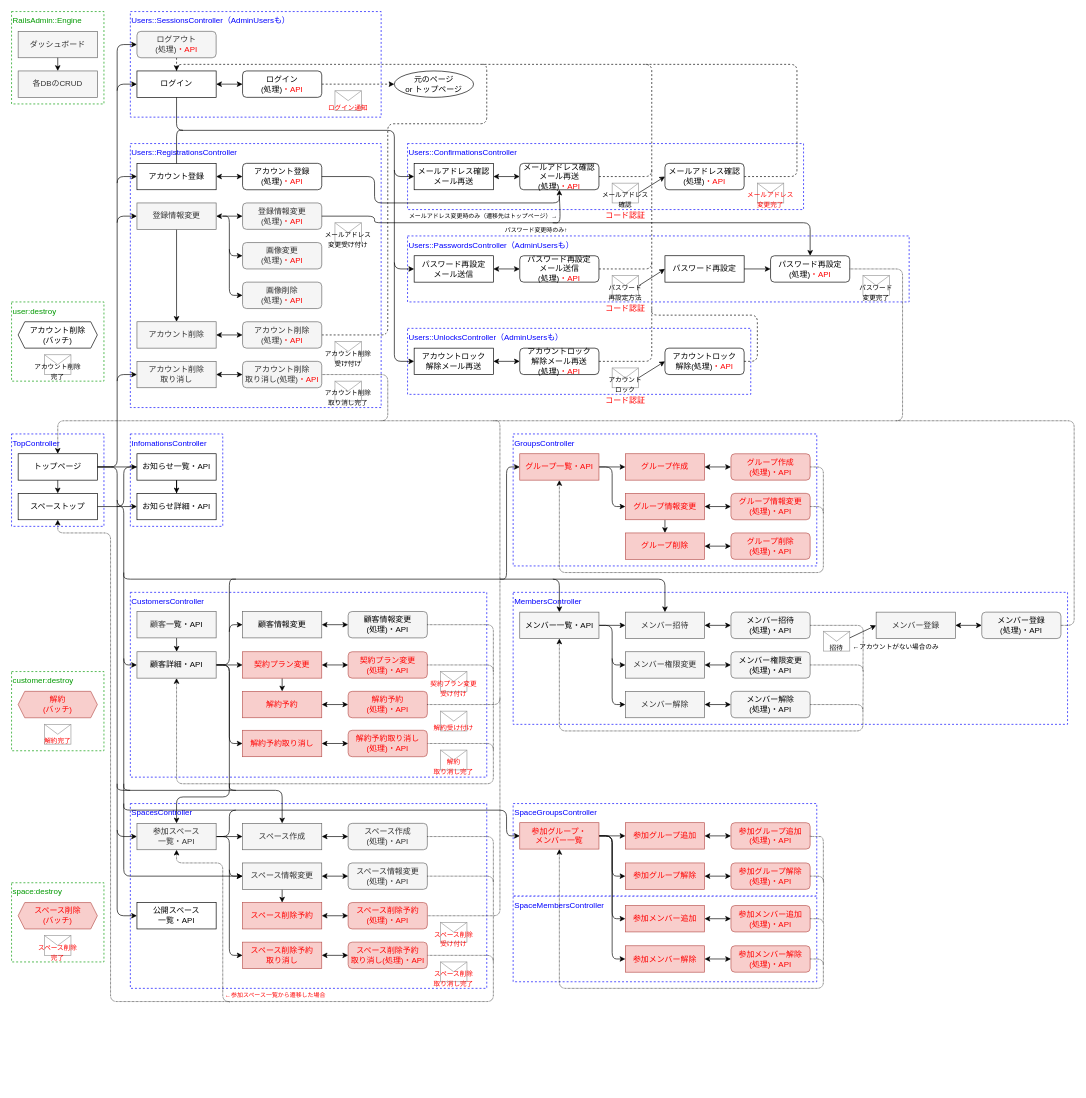
Before: 設計/画面遷移図.drawio in nightonlypj/rails-app-origin, a draw.io diagram. Source tidied: cells renumbered, new cells numbered last; positions are measured from the earlier drawing's top-left corner, leaving out a move shared by most shapes. Both pictures are drawn from the tidied source at 66%, with x=0, y=0 at pixel (11, 11).
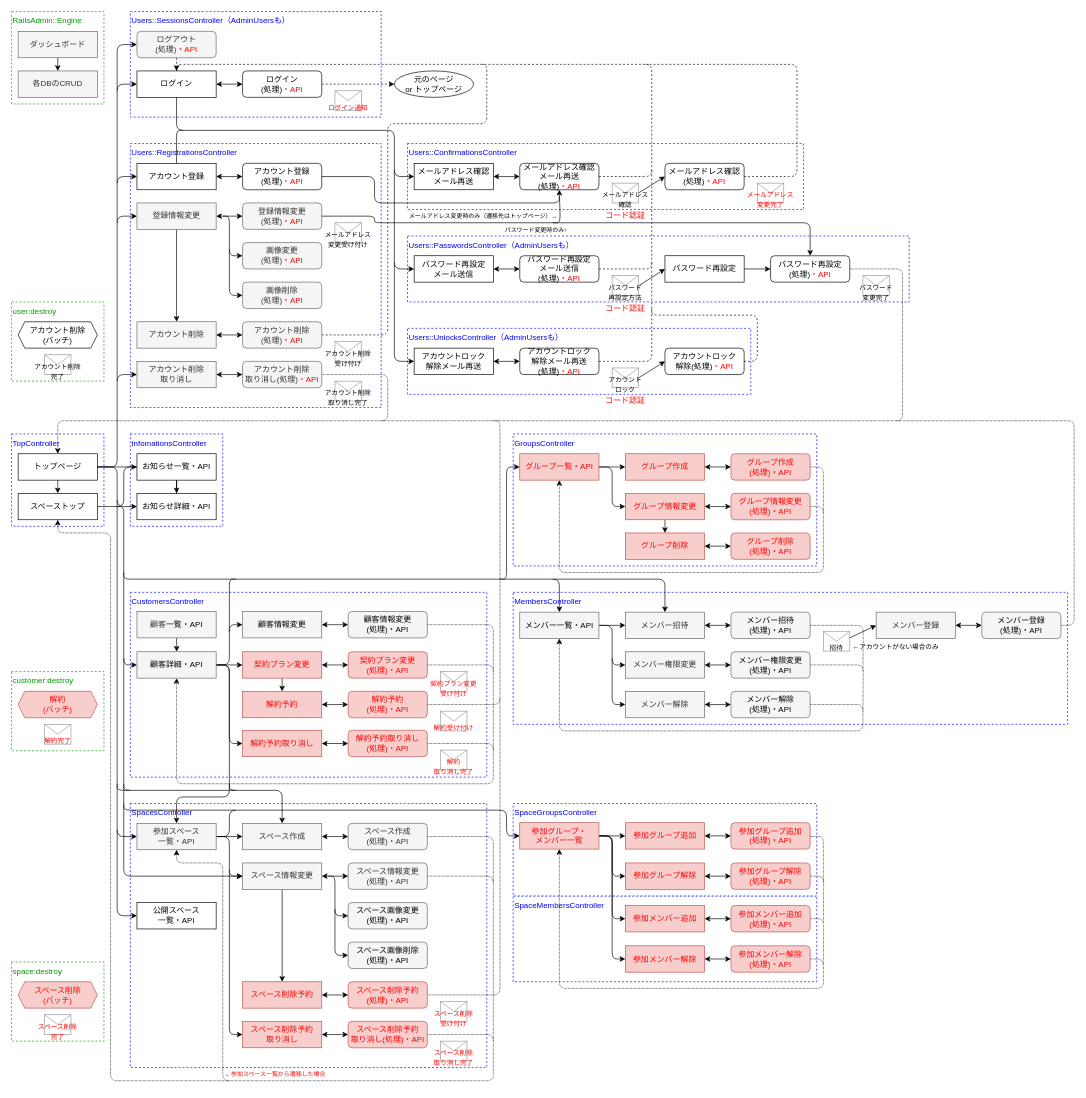
After the change.

The change refers to these unchanged cells:
```xml
<mxCell id="117" value="スペーストップ" style="rounded=0;whiteSpace=wrap;html=1;" parent="1" vertex="1">
  <mxGeometry x="10" y="730" width="120" height="40" as="geometry" />
</mxCell>
<mxCell id="133" value="参加スペース&lt;br&gt;一覧・API" style="rounded=0;whiteSpace=wrap;html=1;strokeColor=#666666;fontColor=#333333;fillColor=#F5F5F5;" parent="1" vertex="1">
  <mxGeometry x="190" y="1230" width="120" height="40" as="geometry" />
</mxCell>
<mxCell id="138" value="スペース情報変更&lt;span&gt;&lt;br&gt;(処理)&lt;/span&gt;・API&lt;span&gt;&lt;br&gt;&lt;/span&gt;" style="rounded=1;whiteSpace=wrap;html=1;fillColor=#f5f5f5;strokeColor=#666666;fontColor=#333333;" parent="1" vertex="1">
  <mxGeometry x="510" y="1290" width="120" height="40" as="geometry" />
</mxCell>
```

Change to the diagram source:
```diff
@@
     <mxCell id="7" value="&lt;font color=&quot;#0000ff&quot;&gt;SpacesController&lt;br&gt;&lt;/font&gt;" style="rounded=0;whiteSpace=wrap;html=1;strokeColor=#0000FF;dashed=1;align=left;verticalAlign=top;" parent="1" vertex="1">
-      <mxGeometry x="180" y="1200" width="540" height="280" as="geometry" />
+      <mxGeometry x="180" y="1200" width="540" height="400" as="geometry" />
     </mxCell>
@@
     <mxCell id="141" value="&lt;font color=&quot;#ff0000&quot;&gt;スペース削除予約&lt;/font&gt;" style="rounded=0;whiteSpace=wrap;html=1;fillColor=#f8cecc;strokeColor=#b85450;" parent="1" vertex="1">
-      <mxGeometry x="350" y="1350" width="120" height="40" as="geometry" />
+      <mxGeometry x="350" y="1470" width="120" height="40" as="geometry" />
     </mxCell>
     <mxCell id="142" value="&lt;font color=&quot;#ff0000&quot;&gt;スペース削除&lt;/font&gt;&lt;span style=&quot;color: rgb(255 , 0 , 0)&quot;&gt;予約&lt;/span&gt;&lt;font color=&quot;#ff0000&quot;&gt;&lt;span&gt;&lt;br&gt;(処理)&lt;/span&gt;・API&lt;/font&gt;&lt;span&gt;&lt;br&gt;&lt;/span&gt;" style="rounded=1;whiteSpace=wrap;html=1;fillColor=#f8cecc;strokeColor=#b85450;" parent="1" vertex="1">
-      <mxGeometry x="510" y="1350" width="120" height="40" as="geometry" />
+      <mxGeometry x="510" y="1470" width="120" height="40" as="geometry" />
     </mxCell>
@@
     <mxCell id="167" style="rounded=1;jettySize=auto;html=1;exitX=1;exitY=0.5;exitDx=0;exitDy=0;startArrow=none;startFill=0;endArrow=classic;endFill=1;strokeColor=#000000;fontColor=#FF0000;dashed=1;dashPattern=1 1;edgeStyle=orthogonalEdgeStyle;entryX=0.5;entryY=1;entryDx=0;entryDy=0;" parent="1" edge="1" source="215" target="133">
       <mxGeometry relative="1" as="geometry">
         <Array as="points">
-          <mxPoint x="730" y="1430" />
-          <mxPoint x="730" y="1500" />
-          <mxPoint x="320" y="1500" />
+          <mxPoint x="730" y="1550" />
+          <mxPoint x="730" y="1620" />
+          <mxPoint x="320" y="1620" />
           <mxPoint x="320" y="1290" />
           <mxPoint x="250" y="1290" />
         </Array>
       </mxGeometry>
     </mxCell>
     <mxCell id="168" style="rounded=1;jettySize=auto;html=1;startArrow=none;startFill=0;endArrow=none;endFill=0;strokeColor=#000000;fontColor=#FF0000;edgeStyle=orthogonalEdgeStyle;dashed=1;dashPattern=1 1;entryX=1;entryY=0.5;entryDx=0;entryDy=0;" parent="1" edge="1" target="142">
       <mxGeometry relative="1" as="geometry">
         <mxPoint x="740" y="1040" as="sourcePoint" />
         <Array as="points">
-          <mxPoint x="740" y="1370" />
+          <mxPoint x="740" y="1490" />
         </Array>
       </mxGeometry>
     </mxCell>
@@
     <mxCell id="182" style="endArrow=classic;html=1;dashed=1;dashPattern=1 1;strokeColor=#000000;fontColor=#FF0000;rounded=1;edgeStyle=orthogonalEdgeStyle;entryX=0.5;entryY=1;entryDx=0;entryDy=0;endFill=1;" parent="1" edge="1" target="117">
       <mxGeometry relative="1" as="geometry">
-        <mxPoint x="330" y="1500" as="sourcePoint" />
+        <mxPoint x="330" y="1620" as="sourcePoint" />
         <Array as="points">
-          <mxPoint x="330" y="1502" />
-          <mxPoint x="330" y="1500" />
-          <mxPoint x="150" y="1500" />
+          <mxPoint x="330" y="1620" />
+          <mxPoint x="150" y="1620" />
           <mxPoint x="150" y="790" />
           <mxPoint x="70" y="790" />
         </Array>
       </mxGeometry>
     </mxCell>
     <mxCell id="183" value="&lt;font style=&quot;font-size: 9px&quot; color=&quot;#ff0000&quot;&gt;←参加スペース一覧から遷移した場合&lt;/font&gt;" style="text;html=1;strokeColor=none;fillColor=none;align=center;verticalAlign=middle;whiteSpace=wrap;rounded=0;" parent="1" vertex="1">
-      <mxGeometry x="320" y="1482" width="160" height="15" as="geometry" />
+      <mxGeometry x="320" y="1602" width="160" height="15" as="geometry" />
     </mxCell>
@@
     <mxCell id="214" value="&lt;font color=&quot;#ff0000&quot;&gt;スペース削除予約&lt;br&gt;取り消し&lt;/font&gt;" style="rounded=0;whiteSpace=wrap;html=1;fillColor=#f8cecc;strokeColor=#b85450;" parent="1" vertex="1">
-      <mxGeometry x="350" y="1410" width="120" height="40" as="geometry" />
+      <mxGeometry x="350" y="1530" width="120" height="40" as="geometry" />
     </mxCell>
     <mxCell id="215" value="&lt;font color=&quot;#ff0000&quot;&gt;スペース削除&lt;/font&gt;&lt;span style=&quot;color: rgb(255 , 0 , 0)&quot;&gt;予約&lt;/span&gt;&lt;font color=&quot;#ff0000&quot;&gt;&lt;span&gt;&lt;br&gt;&lt;/span&gt;&lt;/font&gt;&lt;span style=&quot;color: rgb(255 , 0 , 0)&quot;&gt;取り消し&lt;/span&gt;&lt;font color=&quot;#ff0000&quot;&gt;&lt;span&gt;(処理)&lt;/span&gt;・API&lt;/font&gt;&lt;span&gt;&lt;br&gt;&lt;/span&gt;" style="rounded=1;whiteSpace=wrap;html=1;fillColor=#f8cecc;strokeColor=#b85450;" parent="1" vertex="1">
-      <mxGeometry x="510" y="1410" width="120" height="40" as="geometry" />
+      <mxGeometry x="510" y="1530" width="120" height="40" as="geometry" />
     </mxCell>
@@
     <mxCell id="217" style="verticalLabelPosition=bottom;shadow=0;dashed=0;align=center;html=1;verticalAlign=top;strokeWidth=1;shape=mxgraph.mockup.misc.mail2;strokeColor=#999999;fillColor=#ffffff;" parent="1" vertex="1">
-      <mxGeometry x="650" y="1380" width="40" height="30" as="geometry" />
+      <mxGeometry x="650" y="1500" width="40" height="30" as="geometry" />
     </mxCell>
     <mxCell id="218" value="&lt;font style=&quot;font-size: 10px&quot; color=&quot;#ff0000&quot;&gt;スペース削除&lt;br&gt;受け付け&lt;/font&gt;" style="text;html=1;strokeColor=none;fillColor=none;align=center;verticalAlign=middle;whiteSpace=wrap;rounded=0;" parent="1" vertex="1">
-      <mxGeometry x="630" y="1390" width="80" height="30" as="geometry" />
+      <mxGeometry x="630" y="1510" width="80" height="30" as="geometry" />
     </mxCell>
@@
     <mxCell id="221" style="verticalLabelPosition=bottom;shadow=0;dashed=0;align=center;html=1;verticalAlign=top;strokeWidth=1;shape=mxgraph.mockup.misc.mail2;strokeColor=#999999;fillColor=#ffffff;" parent="1" vertex="1">
-      <mxGeometry x="650" y="1440" width="40" height="30" as="geometry" />
+      <mxGeometry x="650" y="1560" width="40" height="30" as="geometry" />
     </mxCell>
     <mxCell id="222" value="&lt;font style=&quot;font-size: 10px&quot; color=&quot;#ff0000&quot;&gt;スペース削除&lt;br&gt;取り消し完了&lt;/font&gt;" style="text;html=1;strokeColor=none;fillColor=none;align=center;verticalAlign=middle;whiteSpace=wrap;rounded=0;" parent="1" vertex="1">
-      <mxGeometry x="630" y="1450" width="80" height="30" as="geometry" />
+      <mxGeometry x="630" y="1570" width="80" height="30" as="geometry" />
     </mxCell>
@@
     <mxCell id="228" value="&lt;font color=&quot;#009900&quot;&gt;space:destroy&lt;/font&gt;" style="rounded=0;whiteSpace=wrap;html=1;dashed=1;align=left;verticalAlign=top;strokeColor=#009900;" parent="1" vertex="1">
-      <mxGeometry y="1320" width="140" height="120" as="geometry" />
+      <mxGeometry y="1440" width="140" height="120" as="geometry" />
     </mxCell>
     <mxCell id="229" value="&lt;font color=&quot;#ff0000&quot;&gt;スペース削除&lt;br&gt;(バッチ)&lt;/font&gt;" style="shape=hexagon;perimeter=hexagonPerimeter2;whiteSpace=wrap;html=1;fixedSize=1;strokeColor=#b85450;fillColor=#f8cecc;size=10;" parent="1" vertex="1">
-      <mxGeometry x="10" y="1350" width="120" height="40" as="geometry" />
+      <mxGeometry x="10" y="1470" width="120" height="40" as="geometry" />
     </mxCell>
     <mxCell id="230" style="verticalLabelPosition=bottom;shadow=0;dashed=0;align=center;html=1;verticalAlign=top;strokeWidth=1;shape=mxgraph.mockup.misc.mail2;strokeColor=#999999;fillColor=#ffffff;" parent="1" vertex="1">
-      <mxGeometry x="50" y="1400" width="40" height="30" as="geometry" />
+      <mxGeometry x="50" y="1520" width="40" height="30" as="geometry" />
     </mxCell>
     <mxCell id="231" value="&lt;font style=&quot;font-size: 10px&quot; color=&quot;#ff0000&quot;&gt;スペース削除&lt;br&gt;完了&lt;/font&gt;" style="text;html=1;strokeColor=none;fillColor=none;align=center;verticalAlign=middle;whiteSpace=wrap;rounded=0;" parent="1" vertex="1">
-      <mxGeometry x="30" y="1410" width="80" height="30" as="geometry" />
+      <mxGeometry x="30" y="1530" width="80" height="30" as="geometry" />
     </mxCell>
     <mxCell id="232" style="endArrow=none;html=1;dashed=1;dashPattern=1 1;strokeColor=#000000;fontColor=#FF0000;exitX=1;exitY=0.5;exitDx=0;exitDy=0;rounded=1;edgeStyle=orthogonalEdgeStyle;" parent="1" edge="1" source="138">
       <mxGeometry relative="1" as="geometry">
-        <mxPoint x="730" y="1440" as="targetPoint" />
+        <mxPoint x="730" y="1560" as="targetPoint" />
         <Array as="points">
           <mxPoint x="730" y="1310" />
         </Array>
       </mxGeometry>
     </mxCell>
     <mxCell id="233" style="edgeStyle=orthogonalEdgeStyle;rounded=1;jettySize=auto;html=1;entryX=0;entryY=0.5;entryDx=0;entryDy=0;" parent="1" edge="1" target="214">
       <mxGeometry relative="1" as="geometry">
         <mxPoint x="330" y="1300" as="sourcePoint" />
         <Array as="points">
-          <mxPoint x="330" y="1430" />
+          <mxPoint x="330" y="1550" />
         </Array>
       </mxGeometry>
     </mxCell>
@@
+    <mxCell id="255" value="&lt;font color=&quot;#000000&quot;&gt;&lt;span&gt;スペース画像変更&lt;br&gt;&lt;/span&gt;&lt;span&gt;(処理)&lt;/span&gt;・API&lt;/font&gt;&lt;span&gt;&lt;br&gt;&lt;/span&gt;" style="rounded=1;whiteSpace=wrap;html=1;fillColor=#f5f5f5;strokeColor=#666666;fontColor=#333333;" parent="1" vertex="1">
+      <mxGeometry x="510" y="1350" width="120" height="40" as="geometry" />
+    </mxCell>
+    <mxCell id="256" value="&lt;font color=&quot;#000000&quot;&gt;&lt;span&gt;スペース画像削除&lt;br&gt;&lt;/span&gt;&lt;span&gt;(処理)&lt;/span&gt;・API&lt;/font&gt;&lt;span&gt;&lt;br&gt;&lt;/span&gt;" style="rounded=1;whiteSpace=wrap;html=1;fillColor=#f5f5f5;strokeColor=#666666;fontColor=#333333;" parent="1" vertex="1">
+      <mxGeometry x="510" y="1410" width="120" height="40" as="geometry" />
+    </mxCell>
+    <mxCell id="257" style="edgeStyle=orthogonalEdgeStyle;rounded=1;jettySize=auto;html=1;entryX=0;entryY=0.5;entryDx=0;entryDy=0;startArrow=none;startFill=0;endArrow=classic;endFill=1;" parent="1" edge="1" target="255">
+      <mxGeometry relative="1" as="geometry">
+        <mxPoint x="480" y="1310" as="sourcePoint" />
+        <Array as="points">
+          <mxPoint x="490" y="1310" />
+          <mxPoint x="490" y="1370" />
+        </Array>
+      </mxGeometry>
+    </mxCell>
+    <mxCell id="258" style="edgeStyle=orthogonalEdgeStyle;rounded=1;jettySize=auto;html=1;entryX=0;entryY=0.5;entryDx=0;entryDy=0;startArrow=none;startFill=0;endArrow=classic;endFill=1;" parent="1" edge="1" target="256">
+      <mxGeometry relative="1" as="geometry">
+        <mxPoint x="490" y="1360" as="sourcePoint" />
+        <Array as="points">
+          <mxPoint x="490" y="1430" />
+        </Array>
+      </mxGeometry>
+    </mxCell>
```
